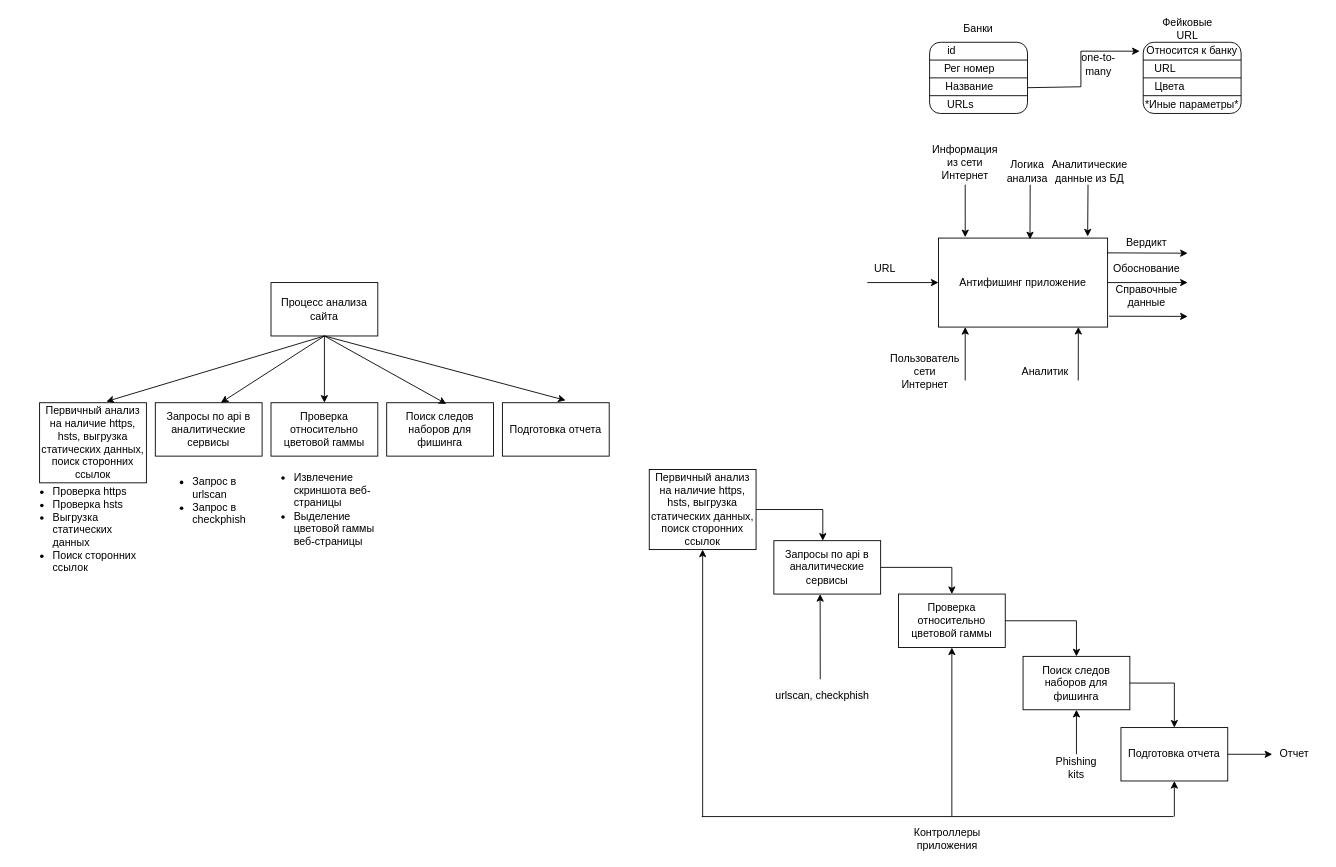
This is database.drawio from GluhovDmitry/charts, a draw.io file, before an edit. Source tidied: cells renumbered, new cells numbered last; positions are measured from the earlier drawing's top-left corner, leaving out a move shared by most shapes. Both pictures are drawn from the tidied source at 89%, with x=0, y=0 at pixel (15, 15).
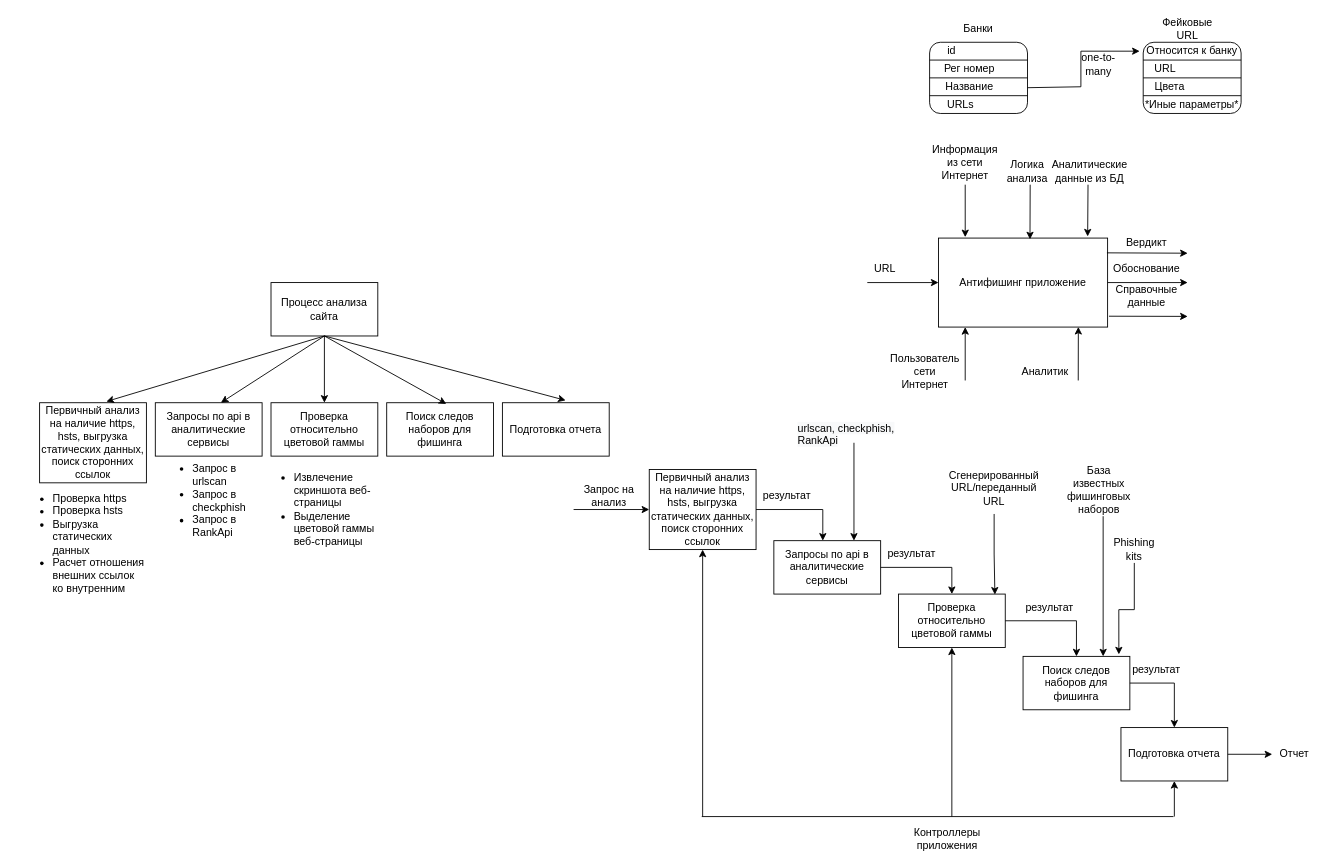
The same diagram, later.

The change refers to these unchanged cells:
```xml
<mxCell id="41" value="Первичный анализ на наличие https, hsts, выгрузка статических данных, поиск сторонних ссылок" style="rounded=0;whiteSpace=wrap;html=1;" parent="1" vertex="1">
  <mxGeometry x="712" y="510" width="120" height="90" as="geometry" />
</mxCell>
<mxCell id="42" value="Запросы по api в аналитические сервисы" style="rounded=0;whiteSpace=wrap;html=1;" parent="1" vertex="1">
  <mxGeometry x="852" y="590" width="120" height="60" as="geometry" />
</mxCell>
<mxCell id="43" value="Проверка относительно цветовой гаммы" style="rounded=0;whiteSpace=wrap;html=1;" parent="1" vertex="1">
  <mxGeometry x="992" y="650" width="120" height="60" as="geometry" />
</mxCell>
<mxCell id="44" value="Поиск следов наборов для фишинга" style="rounded=0;whiteSpace=wrap;html=1;" parent="1" vertex="1">
  <mxGeometry x="1132" y="720" width="120" height="60" as="geometry" />
</mxCell>
```

The edit, as a diff of the source:
```diff
@@
-    <mxCell id="52" style="endArrow=classic;html=1;rounded=0;exitX=0.401;exitY=-0.141;exitDx=0;exitDy=0;exitPerimeter=0;" parent="1" edge="1" source="53">
-      <mxGeometry relative="1" as="geometry">
-        <mxPoint x="904" y="650" as="targetPoint" />
-      </mxGeometry>
+    <mxCell id="52" style="endArrow=classic;html=1;rounded=0;exitX=0.5;exitY=1;exitDx=0;exitDy=0;entryX=0.75;entryY=0;entryDx=0;entryDy=0;" parent="1" edge="1" source="53" target="42">
+      <mxGeometry relative="1" as="geometry" />
     </mxCell>
-    <mxCell id="53" value="&lt;span style=&quot;color: rgb(0, 0, 0); font-family: helvetica; font-size: 12px; font-style: normal; font-weight: 400; letter-spacing: normal; text-align: center; text-indent: 0px; text-transform: none; word-spacing: 0px; background-color: rgb(248, 249, 250); display: inline; float: none;&quot;&gt;urlscan, checkphish&lt;/span&gt;" style="text;whiteSpace=wrap;html=1;" parent="1" vertex="1">
-      <mxGeometry x="852" y="750" width="130" height="30" as="geometry" />
+    <mxCell id="53" value="&lt;span style=&quot;color: rgb(0 , 0 , 0) ; font-family: &amp;#34;helvetica&amp;#34; ; font-size: 12px ; font-style: normal ; font-weight: 400 ; letter-spacing: normal ; text-align: center ; text-indent: 0px ; text-transform: none ; word-spacing: 0px ; background-color: rgb(248 , 249 , 250) ; display: inline ; float: none&quot;&gt;urlscan, checkphish, RankApi&lt;/span&gt;" style="text;whiteSpace=wrap;html=1;" parent="1" vertex="1">
+      <mxGeometry x="877" y="450" width="130" height="30" as="geometry" />
     </mxCell>
-    <mxCell id="54" style="endArrow=classic;html=1;rounded=0;entryX=0.5;entryY=1;entryDx=0;entryDy=0;" parent="1" edge="1" target="44">
-      <mxGeometry relative="1" as="geometry">
-        <mxPoint x="1192" y="830" as="sourcePoint" />
-      </mxGeometry>
-    </mxCell>
+    <mxCell id="76" style="edgeStyle=orthogonalEdgeStyle;rounded=0;jettySize=auto;html=1;entryX=0.897;entryY=-0.037;entryDx=0;entryDy=0;entryPerimeter=0;" parent="1" edge="1" source="55" target="44">
+      <mxGeometry relative="1" as="geometry" />
+    </mxCell>
     <mxCell id="55" value="Phishing kits" style="text;html=1;strokeColor=none;fillColor=none;align=center;verticalAlign=middle;whiteSpace=wrap;rounded=0;" parent="1" vertex="1">
-      <mxGeometry x="1162" y="830" width="60" height="30" as="geometry" />
+      <mxGeometry x="1227" y="585" width="60" height="30" as="geometry" />
     </mxCell>
@@
-    <mxCell id="67" value="&lt;ul&gt;&lt;li&gt;Проверка https&lt;/li&gt;&lt;li&gt;Проверка hsts&lt;/li&gt;&lt;li&gt;Выгрузка статических данных&lt;/li&gt;&lt;li&gt;Поиск сторонних ссылок&amp;nbsp;&lt;/li&gt;&lt;/ul&gt;" style="text;html=1;strokeColor=none;fillColor=none;align=left;verticalAlign=middle;whiteSpace=wrap;rounded=0;" parent="1" vertex="1">
-      <mxGeometry y="505" width="147" height="145" as="geometry" />
+    <mxCell id="67" value="&lt;ul&gt;&lt;li&gt;Проверка https&lt;/li&gt;&lt;li&gt;Проверка hsts&lt;/li&gt;&lt;li&gt;Выгрузка статических данных&lt;/li&gt;&lt;li&gt;Расчет отношения внешних ссылок ко внутренним&lt;/li&gt;&lt;/ul&gt;" style="text;html=1;strokeColor=none;fillColor=none;align=left;verticalAlign=middle;whiteSpace=wrap;rounded=0;" parent="1" vertex="1">
+      <mxGeometry y="520" width="147" height="145" as="geometry" />
     </mxCell>
-    <mxCell id="68" value="&lt;ul&gt;&lt;li&gt;Запрос в urlscan&lt;/li&gt;&lt;li&gt;Запрос в checkphish&amp;nbsp;&lt;/li&gt;&lt;/ul&gt;" style="text;html=1;strokeColor=none;fillColor=none;align=left;verticalAlign=middle;whiteSpace=wrap;rounded=0;" parent="1" vertex="1">
+    <mxCell id="68" value="&lt;ul&gt;&lt;li&gt;Запрос в urlscan&lt;/li&gt;&lt;li&gt;Запрос в checkphish&lt;/li&gt;&lt;li&gt;Запрос в RankApi&amp;nbsp;&lt;/li&gt;&lt;/ul&gt;" style="text;html=1;strokeColor=none;fillColor=none;align=left;verticalAlign=middle;whiteSpace=wrap;rounded=0;" parent="1" vertex="1">
       <mxGeometry x="157" y="505" width="120" height="80" as="geometry" />
     </mxCell>
@@
+    <mxCell id="77" style="edgeStyle=orthogonalEdgeStyle;rounded=0;jettySize=auto;html=1;entryX=0.75;entryY=0;entryDx=0;entryDy=0;" parent="1" edge="1" source="78" target="44">
+      <mxGeometry relative="1" as="geometry">
+        <Array as="points">
+          <mxPoint x="1222" y="560" />
+          <mxPoint x="1222" y="560" />
+        </Array>
+      </mxGeometry>
+    </mxCell>
+    <mxCell id="78" value="База известных фишинговых наборов" style="text;html=1;strokeColor=none;fillColor=none;align=center;verticalAlign=middle;whiteSpace=wrap;rounded=0;" parent="1" vertex="1">
+      <mxGeometry x="1184.5" y="502.5" width="65" height="60" as="geometry" />
+    </mxCell>
+    <mxCell id="79" style="edgeStyle=orthogonalEdgeStyle;rounded=0;jettySize=auto;html=1;entryX=0.903;entryY=0.01;entryDx=0;entryDy=0;entryPerimeter=0;" parent="1" edge="1" source="80" target="43">
+      <mxGeometry relative="1" as="geometry" />
+    </mxCell>
+    <mxCell id="80" value="Сгенерированный URL/переданный URL" style="text;html=1;strokeColor=none;fillColor=none;align=center;verticalAlign=middle;whiteSpace=wrap;rounded=0;" parent="1" vertex="1">
+      <mxGeometry x="1052" y="502.5" width="95" height="57.5" as="geometry" />
+    </mxCell>
+    <mxCell id="81" style="endArrow=classic;html=1;rounded=0;entryX=0;entryY=0.5;entryDx=0;entryDy=0;" parent="1" edge="1" target="41">
+      <mxGeometry relative="1" as="geometry">
+        <mxPoint x="627" y="555" as="sourcePoint" />
+      </mxGeometry>
+    </mxCell>
+    <mxCell id="82" value="Запрос на анализ" style="text;html=1;strokeColor=none;fillColor=none;align=center;verticalAlign=middle;whiteSpace=wrap;rounded=0;" parent="1" vertex="1">
+      <mxGeometry x="637" y="525" width="60" height="30" as="geometry" />
+    </mxCell>
+    <mxCell id="83" value="результат" style="text;html=1;strokeColor=none;fillColor=none;align=center;verticalAlign=middle;whiteSpace=wrap;rounded=0;" parent="1" vertex="1">
+      <mxGeometry x="837" y="525" width="60" height="30" as="geometry" />
+    </mxCell>
+    <mxCell id="84" value="результат" style="text;html=1;strokeColor=none;fillColor=none;align=center;verticalAlign=middle;whiteSpace=wrap;rounded=0;" parent="1" vertex="1">
+      <mxGeometry x="977" y="590" width="60" height="30" as="geometry" />
+    </mxCell>
+    <mxCell id="85" value="результат" style="text;html=1;strokeColor=none;fillColor=none;align=center;verticalAlign=middle;whiteSpace=wrap;rounded=0;" parent="1" vertex="1">
+      <mxGeometry x="1132" y="650" width="60" height="30" as="geometry" />
+    </mxCell>
+    <mxCell id="86" value="результат" style="text;html=1;strokeColor=none;fillColor=none;align=center;verticalAlign=middle;whiteSpace=wrap;rounded=0;" parent="1" vertex="1">
+      <mxGeometry x="1252" y="720" width="60" height="30" as="geometry" />
+    </mxCell>
```
